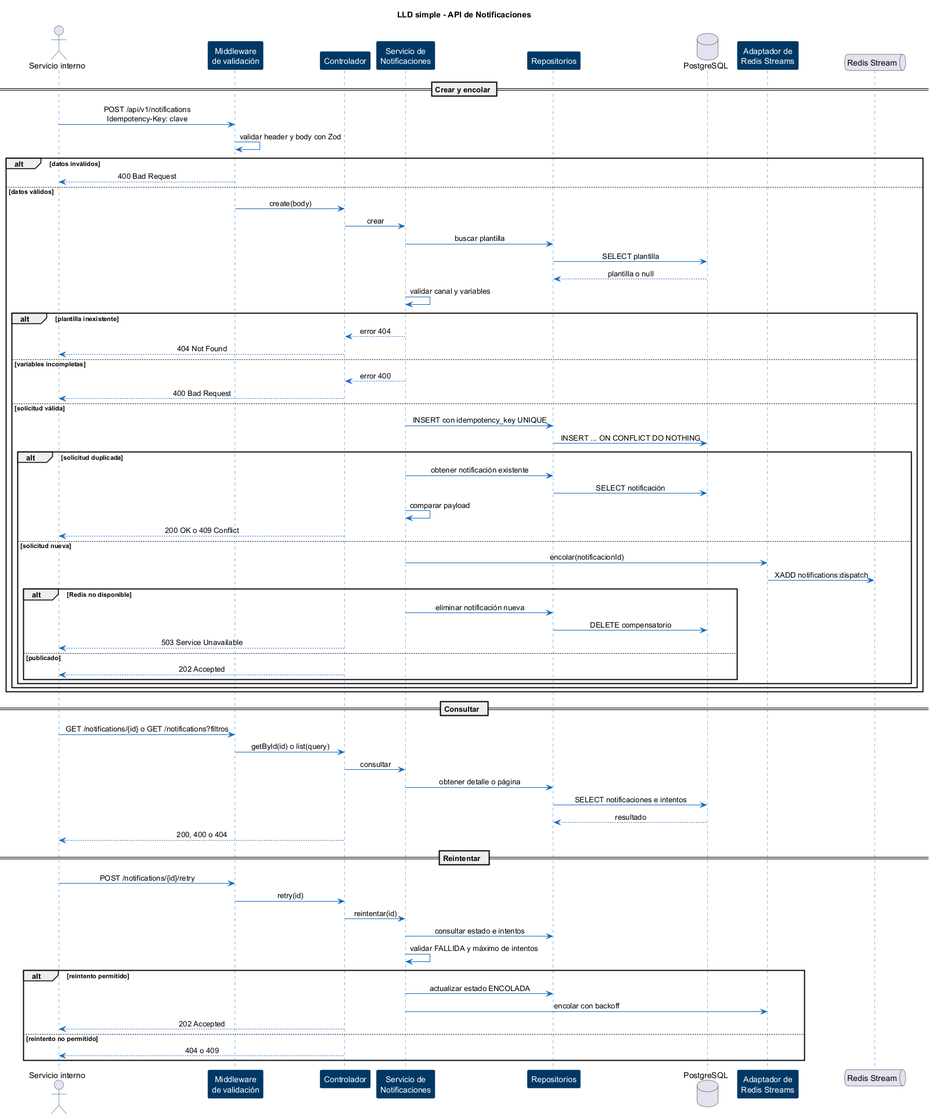
Before: notificaciones-architecture/diagrams/LLD/notificaciones/notificaciones-06-lld-notificaciones.png, a diagram exported from PlantUML (Frosmin/tigoBootcamp).
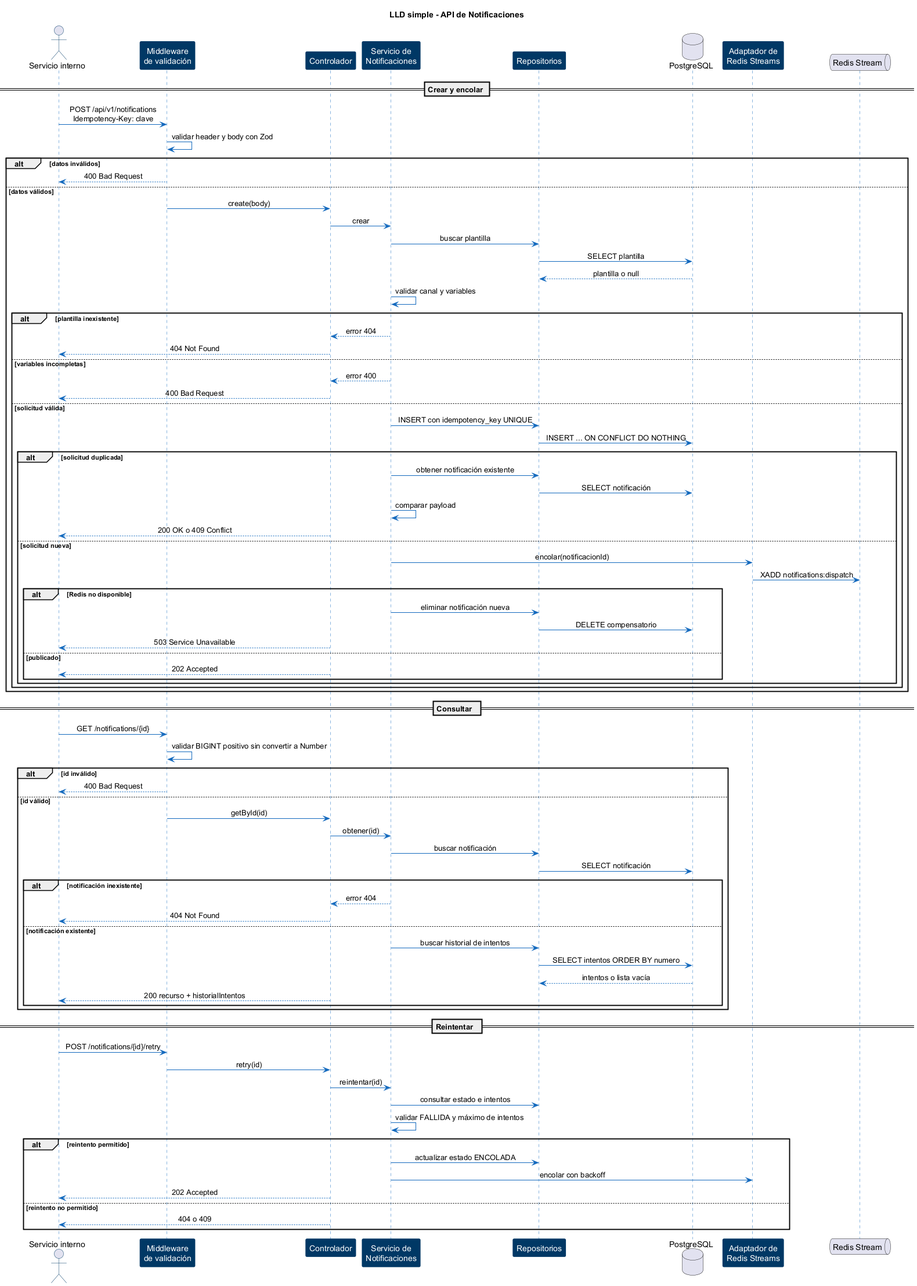
The same file after the commit.

Diff of the diagram source:
```diff
@@ -63,13 +63,25 @@
 end
 
 == Consultar  ==
-emisor -> validation : GET /notifications/{id} o GET /notifications?filtros
-validation -> controller : getById(id) o list(query)
-controller -> service : consultar
-service -> repositories : obtener detalle o página
-repositories -> db : SELECT notificaciones e intentos
-db --> repositories : resultado
-controller --> emisor : 200, 400 o 404
+emisor -> validation : GET /notifications/{id}
+validation -> validation : validar BIGINT positivo sin convertir a Number
+alt id inválido
+    validation --> emisor : 400 Bad Request
+else id válido
+    validation -> controller : getById(id)
+    controller -> service : obtener(id)
+    service -> repositories : buscar notificación
+    repositories -> db : SELECT notificación
+    alt notificación inexistente
+        service --> controller : error 404
+        controller --> emisor : 404 Not Found
+    else notificación existente
+        service -> repositories : buscar historial de intentos
+        repositories -> db : SELECT intentos ORDER BY numero
+        db --> repositories : intentos o lista vacía
+        controller --> emisor : 200 recurso + historialIntentos
+    end
+end
 
 == Reintentar  ==
 emisor -> validation : POST /notifications/{id}/retry
```
